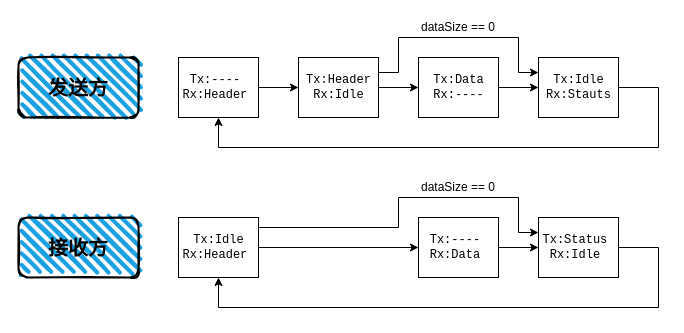
Earlier version of the draw.io diagram doc/sys_rmcall.assets/sys_rmCall_flowchart_001.drawio (CkovMk/HITSIC_Module). Source tidied: cells renumbered, new cells numbered last; positions are measured from the earlier drawing's top-left corner, leaving out a move shared by most shapes. Both pictures are drawn from the tidied source at 100%, with x=0, y=0 at pixel (18, 17).
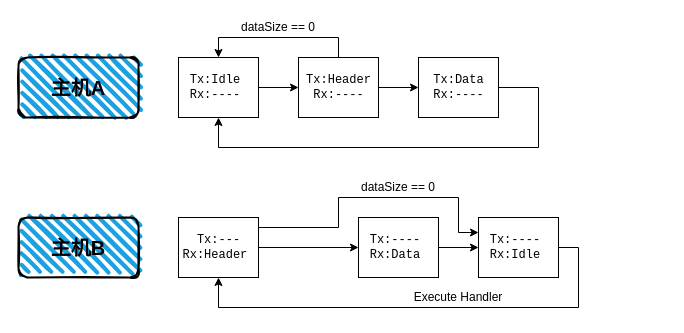
The same page after the edit.

The change refers to these unchanged cells:
```xml
<mxCell id="8" value="Tx:Data&lt;br&gt;Rx:----" style="html=1;fontFamily=consolas;" parent="1" vertex="1">
  <mxGeometry x="400" y="40" width="80" height="60" as="geometry" />
</mxCell>
```

Change to the diagram source:
```diff
@@
-    <mxCell id="3" value="Tx:----&amp;nbsp;&lt;br&gt;Rx:Header&amp;nbsp;" style="html=1;fontFamily=consolas;" parent="1" vertex="1">
+    <mxCell id="3" value="Tx:Idle&amp;nbsp;&lt;br&gt;Rx:----&amp;nbsp;" style="html=1;fontFamily=consolas;" parent="1" vertex="1">
       <mxGeometry x="160" y="40" width="80" height="60" as="geometry" />
     </mxCell>
-    <mxCell id="4" style="edgeStyle=orthogonalEdgeStyle;rounded=0;jettySize=auto;html=1;exitX=1;exitY=0.25;exitDx=0;exitDy=0;entryX=0;entryY=0.25;entryDx=0;entryDy=0;" parent="1" edge="1" source="6" target="10">
-      <mxGeometry relative="1" as="geometry">
-        <Array as="points">
-          <mxPoint x="380" y="55" />
-          <mxPoint x="380" y="20" />
-          <mxPoint x="500" y="20" />
-          <mxPoint x="500" y="55" />
-        </Array>
-      </mxGeometry>
-    </mxCell>
@@
+    <mxCell id="22" style="edgeStyle=orthogonalEdgeStyle;rounded=0;jettySize=auto;html=1;entryX=0.5;entryY=0;entryDx=0;entryDy=0;" parent="1" edge="1" source="6" target="3">
+      <mxGeometry relative="1" as="geometry">
+        <Array as="points">
+          <mxPoint x="320" y="20" />
+          <mxPoint x="200" y="20" />
+        </Array>
+      </mxGeometry>
+    </mxCell>
-    <mxCell id="6" value="Tx:Header&lt;br&gt;Rx:Idle" style="html=1;fontFamily=consolas;" parent="1" vertex="1">
+    <mxCell id="6" value="Tx:Header&lt;br&gt;Rx:----" style="html=1;fontFamily=consolas;" parent="1" vertex="1">
       <mxGeometry x="280" y="40" width="80" height="60" as="geometry" />
     </mxCell>
-    <mxCell id="7" style="edgeStyle=orthogonalEdgeStyle;rounded=0;jettySize=auto;html=1;" parent="1" edge="1" source="8" target="10">
-      <mxGeometry relative="1" as="geometry" />
-    </mxCell>
@@
-    <mxCell id="9" style="edgeStyle=orthogonalEdgeStyle;rounded=0;jettySize=auto;html=1;entryX=0.5;entryY=1;entryDx=0;entryDy=0;" parent="1" edge="1" source="10" target="3">
+    <mxCell id="9" style="edgeStyle=orthogonalEdgeStyle;rounded=0;jettySize=auto;html=1;entryX=0.5;entryY=1;entryDx=0;entryDy=0;exitX=1;exitY=0.5;exitDx=0;exitDy=0;" parent="1" edge="1" source="8" target="3">
       <mxGeometry relative="1" as="geometry">
         <Array as="points">
-          <mxPoint x="640" y="70" />
-          <mxPoint x="640" y="130" />
+          <mxPoint x="520" y="70" />
+          <mxPoint x="520" y="130" />
           <mxPoint x="200" y="130" />
         </Array>
       </mxGeometry>
     </mxCell>
-    <mxCell id="10" value="Tx:Idle&lt;br&gt;Rx:Stauts" style="html=1;fontFamily=consolas;" parent="1" vertex="1">
-      <mxGeometry x="520" y="40" width="80" height="60" as="geometry" />
-    </mxCell>
     <mxCell id="11" value="dataSize == 0" style="text;html=1;strokeColor=none;fillColor=none;align=center;verticalAlign=middle;whiteSpace=wrap;rounded=0;" parent="1" vertex="1">
-      <mxGeometry x="400" width="80" height="20" as="geometry" />
+      <mxGeometry x="220" width="80" height="20" as="geometry" />
     </mxCell>
@@
     <mxCell id="13" style="edgeStyle=orthogonalEdgeStyle;rounded=0;jettySize=auto;html=1;entryX=0;entryY=0.25;entryDx=0;entryDy=0;" parent="1" edge="1" source="14" target="17">
       <mxGeometry relative="1" as="geometry">
         <Array as="points">
-          <mxPoint x="380" y="210" />
-          <mxPoint x="380" y="180" />
-          <mxPoint x="500" y="180" />
-          <mxPoint x="500" y="215" />
+          <mxPoint x="320" y="210" />
+          <mxPoint x="320" y="180" />
+          <mxPoint x="440" y="180" />
+          <mxPoint x="440" y="215" />
         </Array>
       </mxGeometry>
     </mxCell>
-    <mxCell id="14" value="Tx:Idle&lt;br&gt;Rx:Header&amp;nbsp;" style="html=1;fontFamily=consolas;" parent="1" vertex="1">
+    <mxCell id="14" value="Tx:---&lt;br&gt;Rx:Header&amp;nbsp;" style="html=1;fontFamily=consolas;" parent="1" vertex="1">
       <mxGeometry x="160" y="200" width="80" height="60" as="geometry" />
     </mxCell>
@@
     <mxCell id="16" value="Tx:----&amp;nbsp;&lt;br&gt;Rx:Data&amp;nbsp;" style="html=1;fontFamily=consolas;" parent="1" vertex="1">
-      <mxGeometry x="400" y="200" width="80" height="60" as="geometry" />
+      <mxGeometry x="340" y="200" width="80" height="60" as="geometry" />
     </mxCell>
-    <mxCell id="17" value="Tx:Status&amp;nbsp;&lt;br&gt;Rx:Idle&amp;nbsp;" style="html=1;fontFamily=consolas;" parent="1" vertex="1">
-      <mxGeometry x="520" y="200" width="80" height="60" as="geometry" />
+    <mxCell id="17" value="Tx:----&amp;nbsp;&lt;br&gt;Rx:Idle&amp;nbsp;" style="html=1;fontFamily=consolas;" parent="1" vertex="1">
+      <mxGeometry x="460" y="200" width="80" height="60" as="geometry" />
     </mxCell>
     <mxCell id="18" style="edgeStyle=orthogonalEdgeStyle;rounded=0;jettySize=auto;html=1;exitX=1;exitY=0.5;exitDx=0;exitDy=0;entryX=0.5;entryY=1;entryDx=0;entryDy=0;" parent="1" edge="1" source="17" target="14">
       <mxGeometry relative="1" as="geometry">
         <Array as="points">
-          <mxPoint x="640" y="230" />
-          <mxPoint x="640" y="290" />
+          <mxPoint x="560" y="230" />
+          <mxPoint x="560" y="290" />
           <mxPoint x="200" y="290" />
         </Array>
       </mxGeometry>
     </mxCell>
     <mxCell id="19" value="dataSize == 0" style="text;html=1;strokeColor=none;fillColor=none;align=center;verticalAlign=middle;whiteSpace=wrap;rounded=0;" parent="1" vertex="1">
-      <mxGeometry x="400" y="160" width="80" height="20" as="geometry" />
+      <mxGeometry x="340" y="160" width="80" height="20" as="geometry" />
     </mxCell>
-    <mxCell id="20" value="&lt;b&gt;&lt;font style=&quot;font-size: 20px&quot;&gt;发送方&lt;/font&gt;&lt;/b&gt;" style="rounded=1;whiteSpace=wrap;html=1;strokeWidth=2;fillWeight=4;hachureGap=8;hachureAngle=45;fillColor=#1ba1e2;sketch=1;" parent="1" vertex="1">
+    <mxCell id="20" value="&lt;span style=&quot;font-size: 20px&quot;&gt;&lt;b&gt;主机A&lt;/b&gt;&lt;/span&gt;" style="rounded=1;whiteSpace=wrap;html=1;strokeWidth=2;fillWeight=4;hachureGap=8;hachureAngle=45;fillColor=#1ba1e2;sketch=1;" parent="1" vertex="1">
       <mxGeometry y="40" width="120" height="60" as="geometry" />
     </mxCell>
-    <mxCell id="21" value="&lt;font style=&quot;font-size: 20px&quot;&gt;&lt;b&gt;接收方&lt;/b&gt;&lt;/font&gt;" style="rounded=1;whiteSpace=wrap;html=1;strokeWidth=2;fillWeight=4;hachureGap=8;hachureAngle=45;fillColor=#1ba1e2;sketch=1;" parent="1" vertex="1">
+    <mxCell id="21" value="&lt;span style=&quot;font-size: 20px&quot;&gt;&lt;b&gt;主机B&lt;/b&gt;&lt;/span&gt;" style="rounded=1;whiteSpace=wrap;html=1;strokeWidth=2;fillWeight=4;hachureGap=8;hachureAngle=45;fillColor=#1ba1e2;sketch=1;" parent="1" vertex="1">
       <mxGeometry y="200" width="120" height="60" as="geometry" />
     </mxCell>
+    <mxCell id="23" value="Execute Handler" style="text;html=1;strokeColor=none;fillColor=none;align=center;verticalAlign=middle;whiteSpace=wrap;rounded=0;" parent="1" vertex="1">
+      <mxGeometry x="375" y="270" width="130" height="20" as="geometry" />
+    </mxCell>
```
